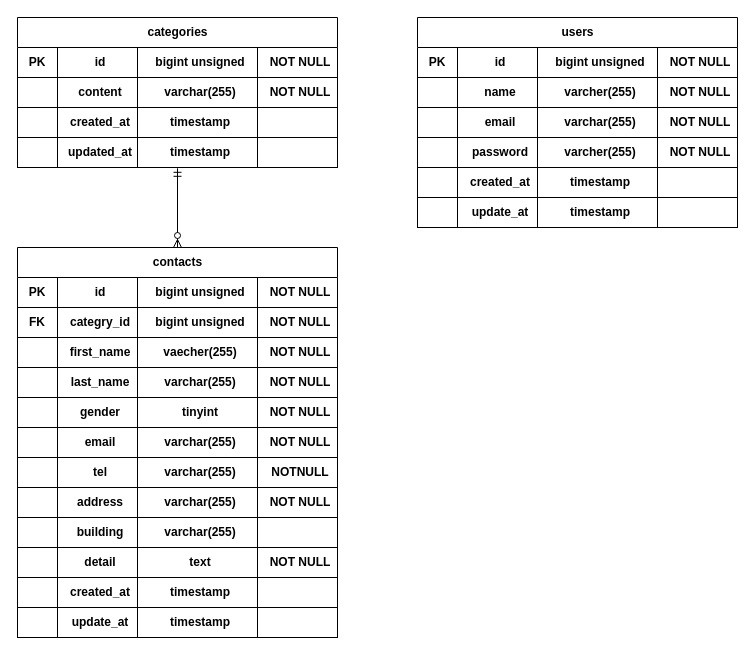
Above: erd.drawio in YUROSE224/contact-form-app (draw.io), before the change. Source tidied: cells renumbered, new cells numbered last; positions are measured from the earlier drawing's top-left corner, leaving out a move shared by most shapes. Both pictures are drawn from the tidied source at 100%, with x=0, y=0 at pixel (17, 17).
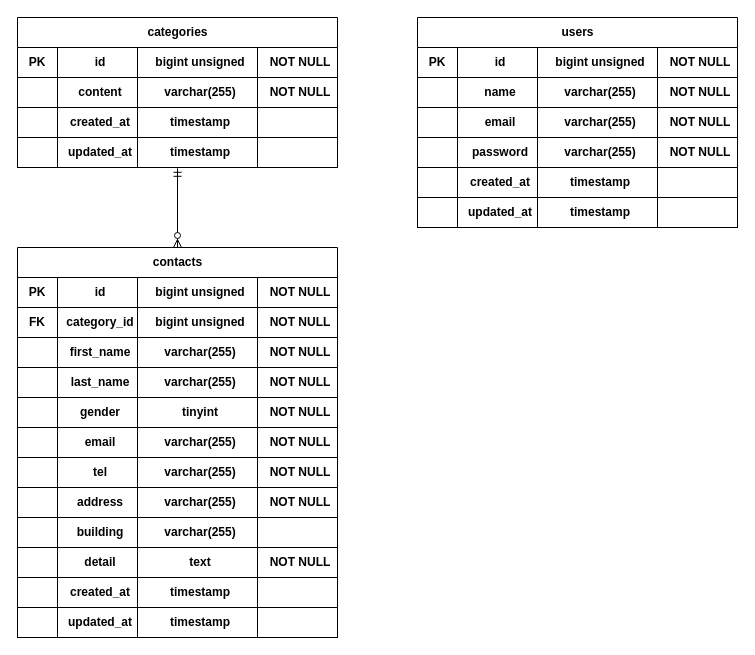
Above is the later version.

Unchanged cells that the change refers to:
```xml
<mxCell id="29" style="shape=tableRow;horizontal=0;startSize=0;swimlaneHead=0;swimlaneBody=0;fillColor=none;top=0;left=0;right=0;bottom=1;fontStyle=1;align=center;verticalAlign=middle;" parent="23" vertex="1">
  <mxGeometry y="60" width="320" height="30" as="geometry" />
</mxCell>
<mxCell id="34" style="shape=tableRow;horizontal=0;startSize=0;swimlaneHead=0;swimlaneBody=0;fillColor=none;top=0;left=0;right=0;bottom=1;fontStyle=1;align=center;verticalAlign=middle;" parent="23" vertex="1">
  <mxGeometry y="90" width="320" height="30" as="geometry" />
</mxCell>
<mxCell id="54" style="shape=tableRow;horizontal=0;startSize=0;swimlaneHead=0;swimlaneBody=0;fillColor=none;top=0;left=0;right=0;bottom=1;fontStyle=1;align=center;verticalAlign=middle;" parent="23" vertex="1">
  <mxGeometry y="210" width="320" height="30" as="geometry" />
</mxCell>
<mxCell id="79" style="shape=tableRow;horizontal=0;startSize=0;swimlaneHead=0;swimlaneBody=0;fillColor=none;top=0;left=0;right=0;bottom=1;fontStyle=1;align=center;verticalAlign=middle;" parent="23" vertex="1">
  <mxGeometry y="360" width="320" height="30" as="geometry" />
</mxCell>
<mxCell id="91" style="shape=tableRow;horizontal=0;startSize=0;swimlaneHead=0;swimlaneBody=0;fillColor=none;top=0;left=0;right=0;bottom=1;fontStyle=1;align=center;" parent="85" vertex="1">
  <mxGeometry y="60" width="320" height="30" as="geometry" />
</mxCell>
<mxCell id="101" style="shape=tableRow;horizontal=0;startSize=0;swimlaneHead=0;swimlaneBody=0;fillColor=none;top=0;left=0;right=0;bottom=1;fontStyle=1;align=center;" parent="85" vertex="1">
  <mxGeometry y="120" width="320" height="30" as="geometry" />
</mxCell>
<mxCell id="111" style="shape=tableRow;horizontal=0;startSize=0;swimlaneHead=0;swimlaneBody=0;fillColor=none;top=0;left=0;right=0;bottom=1;fontStyle=1;align=center;" parent="85" vertex="1">
  <mxGeometry y="180" width="320" height="30" as="geometry" />
</mxCell>
```

Change to the diagram source:
```diff
@@
-    <mxCell id="31" value="categry_id" style="shape=partialRectangle;fillColor=none;top=0;left=0;bottom=1;right=0;align=center;spacingLeft=6;fontStyle=1;overflow=hidden;whiteSpace=wrap;html=1;verticalAlign=middle;" parent="29" vertex="1">
+    <mxCell id="31" value="category_id" style="shape=partialRectangle;fillColor=none;top=0;left=0;bottom=1;right=0;align=center;spacingLeft=6;fontStyle=1;overflow=hidden;whiteSpace=wrap;html=1;verticalAlign=middle;" parent="29" vertex="1">
       <mxGeometry x="40" width="80" height="30" as="geometry" />
     </mxCell>
@@
-    <mxCell id="37" value="vaecher(255)" style="shape=partialRectangle;fillColor=none;top=0;left=0;bottom=1;right=0;align=center;spacingLeft=6;fontStyle=1;overflow=hidden;whiteSpace=wrap;html=1;verticalAlign=middle;" parent="34" vertex="1">
+    <mxCell id="37" value="varchar(255)" style="shape=partialRectangle;fillColor=none;top=0;left=0;bottom=1;right=0;align=center;spacingLeft=6;fontStyle=1;overflow=hidden;whiteSpace=wrap;html=1;verticalAlign=middle;" parent="34" vertex="1">
       <mxGeometry x="120" width="120" height="30" as="geometry" />
     </mxCell>
@@
-    <mxCell id="58" value="NOTNULL" style="shape=partialRectangle;fillColor=none;top=0;left=0;bottom=1;right=0;align=center;spacingLeft=6;fontStyle=1;overflow=hidden;whiteSpace=wrap;html=1;verticalAlign=middle;" parent="54" vertex="1">
+    <mxCell id="58" value="NOT NULL" style="shape=partialRectangle;fillColor=none;top=0;left=0;bottom=1;right=0;align=center;spacingLeft=6;fontStyle=1;overflow=hidden;whiteSpace=wrap;html=1;verticalAlign=middle;" parent="54" vertex="1">
       <mxGeometry x="240" width="80" height="30" as="geometry" />
     </mxCell>
@@
-    <mxCell id="81" value="update_at" style="shape=partialRectangle;fillColor=none;top=0;left=0;bottom=1;right=0;align=center;spacingLeft=6;overflow=hidden;whiteSpace=wrap;html=1;fontStyle=1;verticalAlign=middle;" parent="79" vertex="1">
+    <mxCell id="81" value="updated_at" style="shape=partialRectangle;fillColor=none;top=0;left=0;bottom=1;right=0;align=center;spacingLeft=6;overflow=hidden;whiteSpace=wrap;html=1;fontStyle=1;verticalAlign=middle;" parent="79" vertex="1">
       <mxGeometry x="40" width="80" height="30" as="geometry" />
     </mxCell>
@@
-    <mxCell id="94" value="varcher(255)" style="shape=partialRectangle;fillColor=none;top=0;left=0;bottom=1;right=0;align=center;spacingLeft=6;overflow=hidden;whiteSpace=wrap;html=1;fontStyle=1;" parent="91" vertex="1">
+    <mxCell id="94" value="varchar(255)" style="shape=partialRectangle;fillColor=none;top=0;left=0;bottom=1;right=0;align=center;spacingLeft=6;overflow=hidden;whiteSpace=wrap;html=1;fontStyle=1;" parent="91" vertex="1">
       <mxGeometry x="120" width="120" height="30" as="geometry" />
     </mxCell>
@@
-    <mxCell id="104" value="varcher(255)" style="shape=partialRectangle;fillColor=none;top=0;left=0;bottom=1;right=0;align=center;spacingLeft=6;overflow=hidden;whiteSpace=wrap;html=1;fontStyle=1;" parent="101" vertex="1">
+    <mxCell id="104" value="varchar(255)" style="shape=partialRectangle;fillColor=none;top=0;left=0;bottom=1;right=0;align=center;spacingLeft=6;overflow=hidden;whiteSpace=wrap;html=1;fontStyle=1;" parent="101" vertex="1">
       <mxGeometry x="120" width="120" height="30" as="geometry" />
     </mxCell>
@@
-    <mxCell id="113" value="update_at" style="shape=partialRectangle;fillColor=none;top=0;left=0;bottom=1;right=0;align=center;spacingLeft=6;overflow=hidden;whiteSpace=wrap;html=1;fontStyle=1;" parent="111" vertex="1">
+    <mxCell id="113" value="updated_at" style="shape=partialRectangle;fillColor=none;top=0;left=0;bottom=1;right=0;align=center;spacingLeft=6;overflow=hidden;whiteSpace=wrap;html=1;fontStyle=1;" parent="111" vertex="1">
       <mxGeometry x="40" width="80" height="30" as="geometry" />
     </mxCell>
```
